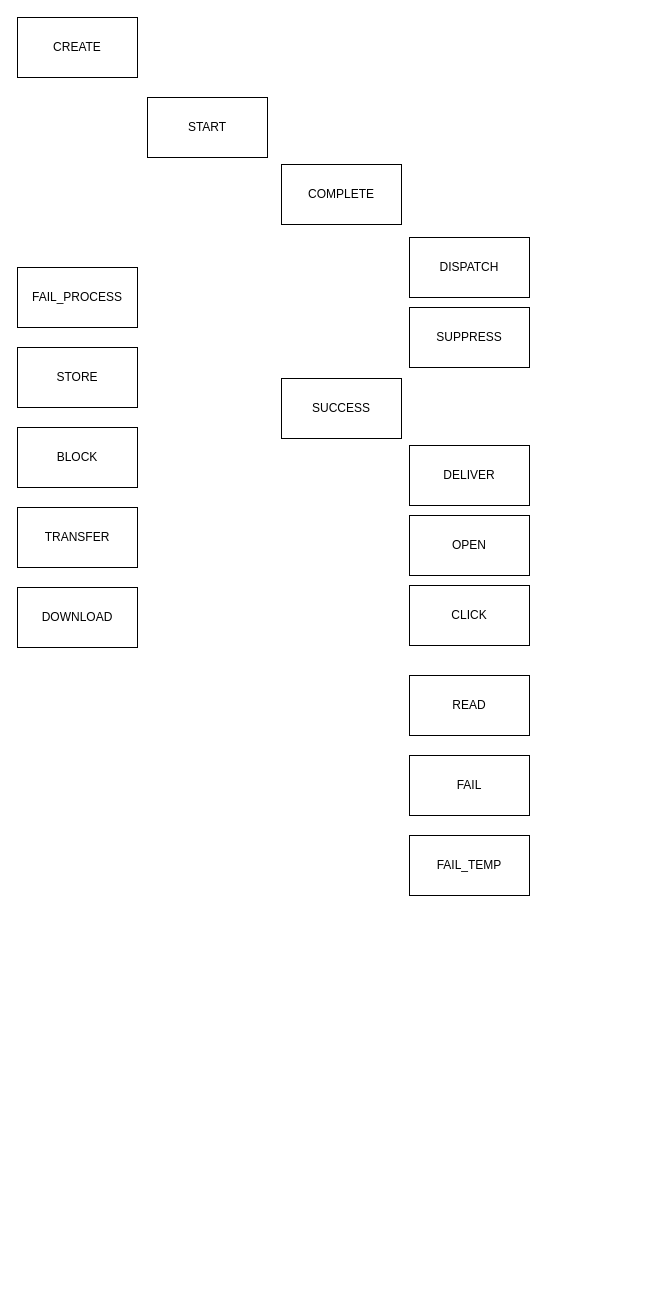
This is DC - Status.drawio from caio-bueno/draws-valid, a draw.io file, before an edit. Source tidied: cells renumbered, new cells numbered last; positions are measured from the earlier drawing's top-left corner, leaving out a move shared by most shapes. Both pictures are drawn from the tidied source at 100%, with x=0, y=0 at pixel (17, 17).
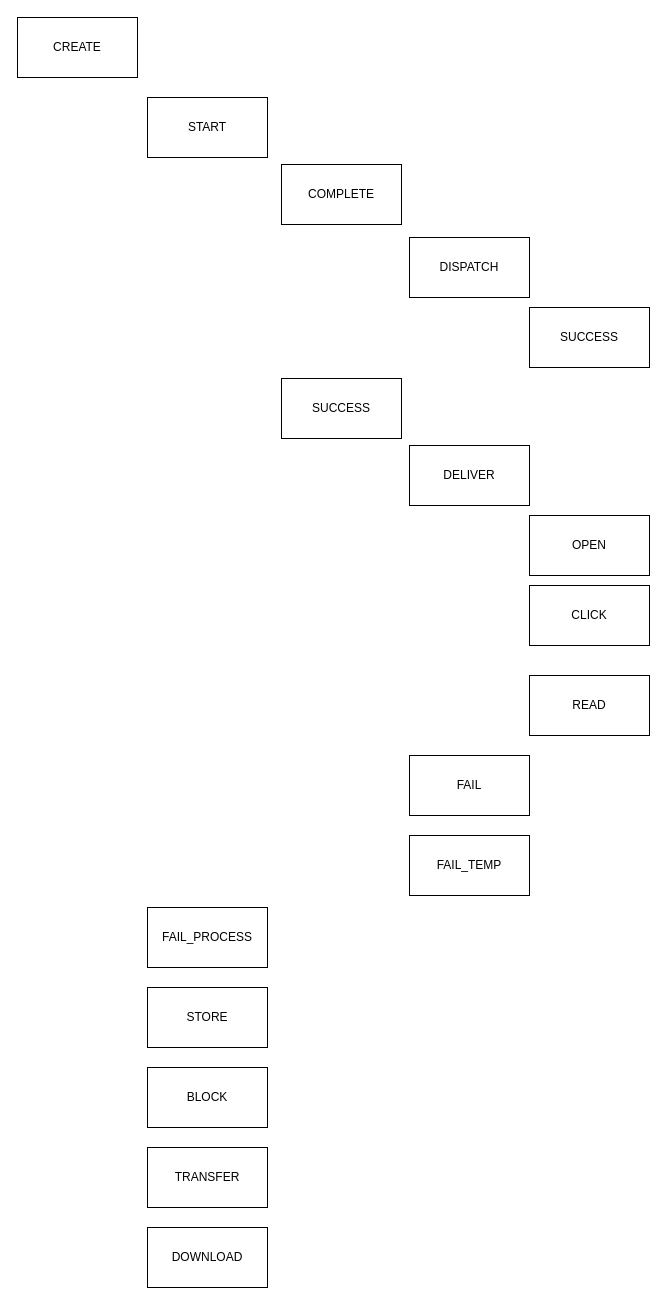
The same diagram, later.

What changed in the source:
```diff
@@
 <mxGraphModel>
   <root>
     <mxCell id="0" />
     <mxCell id="1" parent="0" />
     <mxCell id="2" value="CREATE" style="rounded=0;whiteSpace=wrap;html=1;" parent="1" vertex="1">
       <mxGeometry width="120" height="60" as="geometry" />
     </mxCell>
     <mxCell id="3" value="START" style="rounded=0;whiteSpace=wrap;html=1;" parent="1" vertex="1">
       <mxGeometry x="130" y="80" width="120" height="60" as="geometry" />
     </mxCell>
     <mxCell id="4" value="COMPLETE" style="rounded=0;whiteSpace=wrap;html=1;" parent="1" vertex="1">
       <mxGeometry x="264" y="147" width="120" height="60" as="geometry" />
     </mxCell>
     <mxCell id="5" value="SUCCESS" style="rounded=0;whiteSpace=wrap;html=1;" parent="1" vertex="1">
       <mxGeometry x="264" y="361" width="120" height="60" as="geometry" />
     </mxCell>
     <mxCell id="6" value="DELIVER" style="rounded=0;whiteSpace=wrap;html=1;" parent="1" vertex="1">
       <mxGeometry x="392" y="428" width="120" height="60" as="geometry" />
     </mxCell>
     <mxCell id="7" value="DISPATCH" style="rounded=0;whiteSpace=wrap;html=1;" parent="1" vertex="1">
       <mxGeometry x="392" y="220" width="120" height="60" as="geometry" />
     </mxCell>
     <mxCell id="8" value="OPEN" style="rounded=0;whiteSpace=wrap;html=1;" parent="1" vertex="1">
-      <mxGeometry x="392" y="498" width="120" height="60" as="geometry" />
+      <mxGeometry x="512" y="498" width="120" height="60" as="geometry" />
     </mxCell>
     <mxCell id="9" value="FAIL" style="rounded=0;whiteSpace=wrap;html=1;" parent="1" vertex="1">
       <mxGeometry x="392" y="738" width="120" height="60" as="geometry" />
     </mxCell>
     <mxCell id="10" value="BLOCK" style="rounded=0;whiteSpace=wrap;html=1;" parent="1" vertex="1">
-      <mxGeometry y="410" width="120" height="60" as="geometry" />
+      <mxGeometry x="130" y="1050" width="120" height="60" as="geometry" />
     </mxCell>
-    <mxCell id="11" value="SUPPRESS" style="rounded=0;whiteSpace=wrap;html=1;" parent="1" vertex="1">
-      <mxGeometry x="392" y="290" width="120" height="60" as="geometry" />
+    <mxCell id="11" value="SUCCESS" style="rounded=0;whiteSpace=wrap;html=1;" parent="1" vertex="1">
+      <mxGeometry x="512" y="290" width="120" height="60" as="geometry" />
     </mxCell>
     <mxCell id="12" value="TRANSFER" style="rounded=0;whiteSpace=wrap;html=1;" parent="1" vertex="1">
-      <mxGeometry y="490" width="120" height="60" as="geometry" />
+      <mxGeometry x="130" y="1130" width="120" height="60" as="geometry" />
     </mxCell>
     <mxCell id="13" value="FAIL_PROCESS" style="rounded=0;whiteSpace=wrap;html=1;" parent="1" vertex="1">
-      <mxGeometry y="250" width="120" height="60" as="geometry" />
+      <mxGeometry x="130" y="890" width="120" height="60" as="geometry" />
     </mxCell>
     <mxCell id="14" value="STORE" style="rounded=0;whiteSpace=wrap;html=1;" parent="1" vertex="1">
-      <mxGeometry y="330" width="120" height="60" as="geometry" />
+      <mxGeometry x="130" y="970" width="120" height="60" as="geometry" />
     </mxCell>
     <mxCell id="15" value="DOWNLOAD" style="rounded=0;whiteSpace=wrap;html=1;" parent="1" vertex="1">
-      <mxGeometry y="570" width="120" height="60" as="geometry" />
+      <mxGeometry x="130" y="1210" width="120" height="60" as="geometry" />
     </mxCell>
     <mxCell id="16" value="CLICK" style="rounded=0;whiteSpace=wrap;html=1;" parent="1" vertex="1">
-      <mxGeometry x="392" y="568" width="120" height="60" as="geometry" />
+      <mxGeometry x="512" y="568" width="120" height="60" as="geometry" />
     </mxCell>
     <mxCell id="17" value="READ" style="rounded=0;whiteSpace=wrap;html=1;" parent="1" vertex="1">
-      <mxGeometry x="392" y="658" width="120" height="60" as="geometry" />
+      <mxGeometry x="512" y="658" width="120" height="60" as="geometry" />
     </mxCell>
     <mxCell id="18" value="FAIL_TEMP" style="rounded=0;whiteSpace=wrap;html=1;" parent="1" vertex="1">
       <mxGeometry x="392" y="818" width="120" height="60" as="geometry" />
     </mxCell>
   </root>
 </mxGraphModel>
```
